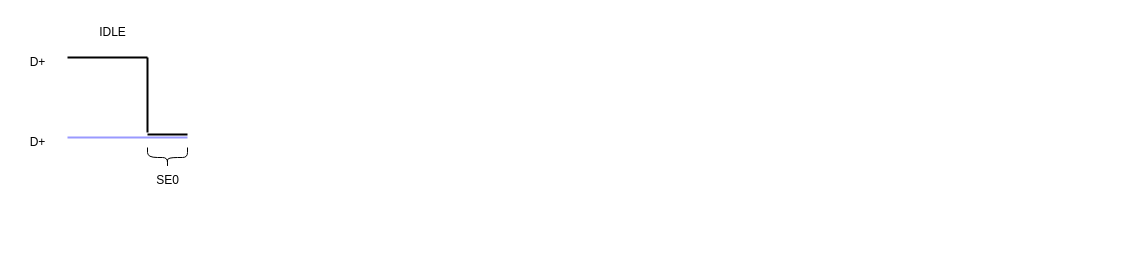
Above: page "第 9 页" (9 of 9) of USB 控制器与 phy.drawio in Vinson-001/Blog-flow-chart (draw.io), before the change. Source tidied: cells renumbered, new cells numbered last; positions are measured from the earlier drawing's top-left corner, leaving out a move shared by most shapes. Both pictures are drawn from the tidied source at 100%, with x=0, y=0 at pixel (17, 17).
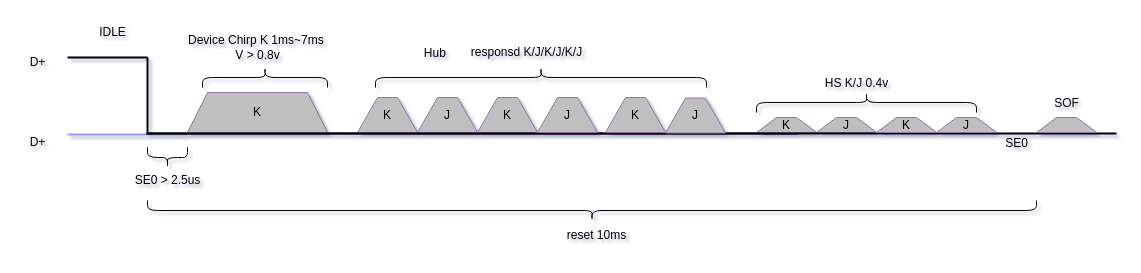
Above is the later version.

Commit message:
更新USB 控制器与 phy.drawio

Change to the diagram source:
```diff
@@
-<mxGraphModel>
+<mxGraphModel shadow="1">
@@
     <mxCell id="3" style="endArrow=none;html=1;rounded=0;strokeWidth=2;strokeColor=#9999FF;" parent="1" edge="1">
       <mxGeometry relative="1" as="geometry">
-        <mxPoint x="50" y="120" as="sourcePoint" />
-        <mxPoint x="170" y="120" as="targetPoint" />
+        <mxPoint x="50" y="117" as="sourcePoint" />
+        <mxPoint x="170" y="117" as="targetPoint" />
       </mxGeometry>
     </mxCell>
@@
     <mxCell id="6" style="endArrow=none;html=1;rounded=0;strokeWidth=2;" parent="1" edge="1">
       <mxGeometry relative="1" as="geometry">
-        <mxPoint x="130" y="117" as="sourcePoint" />
-        <mxPoint x="170" y="117" as="targetPoint" />
+        <mxPoint x="129" y="116" as="sourcePoint" />
+        <mxPoint x="780" y="116" as="targetPoint" />
       </mxGeometry>
     </mxCell>
@@
-    <mxCell id="9" value="SE0" style="text;html=1;align=center;verticalAlign=middle;strokeColor=none;fillColor=none;" parent="1" vertex="1">
-      <mxGeometry x="125" y="148" width="50" height="30" as="geometry" />
+    <mxCell id="9" value="SE0 &amp;gt; 2.5us" style="text;html=1;align=center;verticalAlign=middle;strokeColor=none;fillColor=none;" parent="1" vertex="1">
+      <mxGeometry x="105" y="148" width="90" height="30" as="geometry" />
     </mxCell>
@@
+    <mxCell id="11" style="shape=curlyBracket;whiteSpace=wrap;html=1;rounded=1;labelPosition=left;verticalLabelPosition=middle;align=right;verticalAlign=middle;direction=south;" parent="1" vertex="1">
+      <mxGeometry x="185" y="50" width="125" height="20" as="geometry" />
+    </mxCell>
+    <mxCell id="12" value="Device Chirp K 1ms~7ms&amp;nbsp;&lt;br&gt;V &amp;gt; 0.8v" style="text;html=1;align=center;verticalAlign=middle;strokeColor=none;fillColor=none;" parent="1" vertex="1">
+      <mxGeometry x="160" y="10" width="160" height="40" as="geometry" />
+    </mxCell>
+    <mxCell id="13" value="K" style="shape=trapezoid;perimeter=trapezoidPerimeter;whiteSpace=wrap;html=1;fixedSize=1;fillColor=#BFBFBF;strokeColor=#9673a6;" parent="1" vertex="1">
+      <mxGeometry x="170" y="75" width="140" height="40" as="geometry" />
+    </mxCell>
+    <mxCell id="14" value="K" style="shape=trapezoid;perimeter=trapezoidPerimeter;whiteSpace=wrap;html=1;fixedSize=1;fillColor=#BFBFBF;strokeColor=#9673a6;" parent="1" vertex="1">
+      <mxGeometry x="340" y="80" width="60" height="35" as="geometry" />
+    </mxCell>
+    <mxCell id="15" value="J" style="shape=trapezoid;perimeter=trapezoidPerimeter;whiteSpace=wrap;html=1;fixedSize=1;fillColor=#BFBFBF;strokeColor=#9673a6;" parent="1" vertex="1">
+      <mxGeometry x="400" y="80" width="60" height="35" as="geometry" />
+    </mxCell>
+    <mxCell id="16" value="K" style="shape=trapezoid;perimeter=trapezoidPerimeter;whiteSpace=wrap;html=1;fixedSize=1;fillColor=#BFBFBF;strokeColor=#9673a6;" parent="1" vertex="1">
+      <mxGeometry x="460" y="80" width="60" height="35" as="geometry" />
+    </mxCell>
+    <mxCell id="17" value="K" style="shape=trapezoid;perimeter=trapezoidPerimeter;whiteSpace=wrap;html=1;fixedSize=1;fillColor=#BFBFBF;strokeColor=#9673a6;" parent="1" vertex="1">
+      <mxGeometry x="739" y="100" width="60" height="15" as="geometry" />
+    </mxCell>
+    <mxCell id="18" value="J" style="shape=trapezoid;perimeter=trapezoidPerimeter;whiteSpace=wrap;html=1;fixedSize=1;fillColor=#BFBFBF;strokeColor=#9673a6;" parent="1" vertex="1">
+      <mxGeometry x="799" y="100" width="60" height="15" as="geometry" />
+    </mxCell>
+    <mxCell id="19" style="endArrow=none;html=1;rounded=0;strokeWidth=2;" parent="1" edge="1">
+      <mxGeometry relative="1" as="geometry">
+        <mxPoint x="129" y="116" as="sourcePoint" />
+        <mxPoint x="1099" y="116" as="targetPoint" />
+      </mxGeometry>
+    </mxCell>
+    <mxCell id="20" style="shape=curlyBracket;whiteSpace=wrap;html=1;rounded=1;labelPosition=left;verticalLabelPosition=middle;align=right;verticalAlign=middle;direction=south;" parent="1" vertex="1">
+      <mxGeometry x="358" y="50" width="331" height="20" as="geometry" />
+    </mxCell>
+    <mxCell id="21" value="J" style="shape=trapezoid;perimeter=trapezoidPerimeter;whiteSpace=wrap;html=1;fixedSize=1;fillColor=#BFBFBF;strokeColor=#9673a6;" parent="1" vertex="1">
+      <mxGeometry x="520" y="80" width="60" height="35" as="geometry" />
+    </mxCell>
+    <mxCell id="22" value="K" style="shape=trapezoid;perimeter=trapezoidPerimeter;whiteSpace=wrap;html=1;fixedSize=1;fillColor=#BFBFBF;strokeColor=#9673a6;" parent="1" vertex="1">
+      <mxGeometry x="588" y="80" width="60" height="35" as="geometry" />
+    </mxCell>
+    <mxCell id="23" value="J" style="shape=trapezoid;perimeter=trapezoidPerimeter;whiteSpace=wrap;html=1;fixedSize=1;fillColor=#BFBFBF;strokeColor=#9673a6;" parent="1" vertex="1">
+      <mxGeometry x="648" y="80.5" width="60" height="35" as="geometry" />
+    </mxCell>
+    <mxCell id="24" value="K" style="shape=trapezoid;perimeter=trapezoidPerimeter;whiteSpace=wrap;html=1;fixedSize=1;fillColor=#BFBFBF;strokeColor=#9673a6;" parent="1" vertex="1">
+      <mxGeometry x="859" y="100" width="60" height="15" as="geometry" />
+    </mxCell>
+    <mxCell id="25" value="J" style="shape=trapezoid;perimeter=trapezoidPerimeter;whiteSpace=wrap;html=1;fixedSize=1;fillColor=#BFBFBF;strokeColor=#9673a6;" parent="1" vertex="1">
+      <mxGeometry x="919" y="100" width="60" height="15" as="geometry" />
+    </mxCell>
+    <mxCell id="26" style="shape=trapezoid;perimeter=trapezoidPerimeter;whiteSpace=wrap;html=1;fixedSize=1;fillColor=#BFBFBF;strokeColor=#9673a6;" parent="1" vertex="1">
+      <mxGeometry x="1019" y="100" width="60" height="15" as="geometry" />
+    </mxCell>
+    <mxCell id="27" value="Hub&amp;nbsp;" style="text;html=1;align=center;verticalAlign=middle;strokeColor=none;fillColor=none;" parent="1" vertex="1">
+      <mxGeometry x="394" y="21" width="50" height="30" as="geometry" />
+    </mxCell>
+    <mxCell id="28" value="responsd K/J/K/J/K/J" style="text;html=1;align=center;verticalAlign=middle;strokeColor=none;fillColor=none;" parent="1" vertex="1">
+      <mxGeometry x="444" y="20" width="130" height="30" as="geometry" />
+    </mxCell>
+    <mxCell id="29" style="shape=curlyBracket;whiteSpace=wrap;html=1;rounded=1;labelPosition=left;verticalLabelPosition=middle;align=right;verticalAlign=middle;direction=south;" parent="1" vertex="1">
+      <mxGeometry x="739" y="75" width="220" height="20" as="geometry" />
+    </mxCell>
+    <mxCell id="30" value="HS K/J 0.4v" style="text;html=1;align=center;verticalAlign=middle;strokeColor=none;fillColor=none;" parent="1" vertex="1">
+      <mxGeometry x="794" y="51" width="90" height="30" as="geometry" />
+    </mxCell>
+    <mxCell id="31" value="SOF" style="text;html=1;align=center;verticalAlign=middle;strokeColor=none;fillColor=none;" parent="1" vertex="1">
+      <mxGeometry x="1024" y="71" width="50" height="30" as="geometry" />
+    </mxCell>
+    <mxCell id="32" value="SE0" style="text;html=1;align=center;verticalAlign=middle;strokeColor=none;fillColor=none;" parent="1" vertex="1">
+      <mxGeometry x="974" y="111" width="50" height="30" as="geometry" />
+    </mxCell>
+    <mxCell id="33" style="shape=curlyBracket;whiteSpace=wrap;html=1;rounded=1;flipH=1;labelPosition=right;verticalLabelPosition=middle;align=left;verticalAlign=middle;direction=north;" parent="1" vertex="1">
+      <mxGeometry x="130" y="183" width="889" height="20" as="geometry" />
+    </mxCell>
+    <mxCell id="34" value="reset 10ms" style="text;html=1;align=center;verticalAlign=middle;strokeColor=none;fillColor=none;" parent="1" vertex="1">
+      <mxGeometry x="539" y="203" width="80" height="30" as="geometry" />
+    </mxCell>
```
